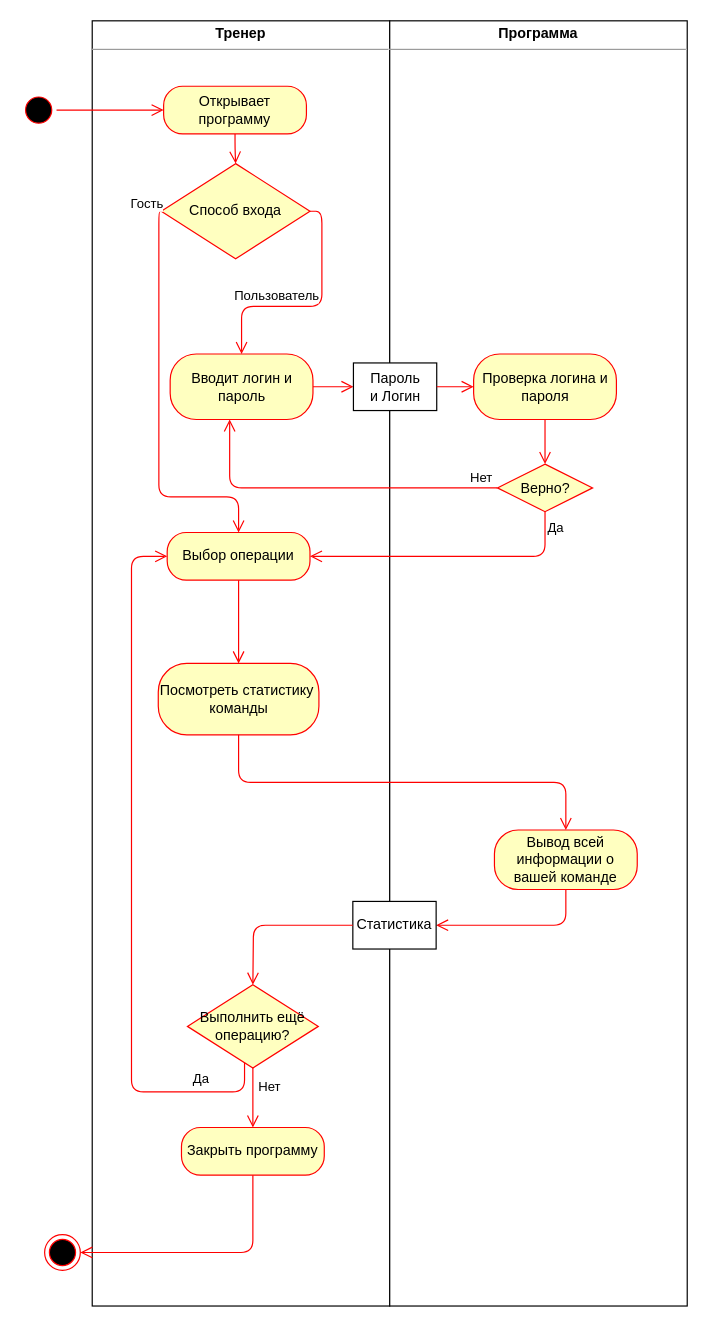
hardlywave/PPVIS keeps this draw.io diagram as page "Статистика(Тренер)" (3 of 10) of business_process_diagram.drawio. Above is the earlier version. Source tidied: cells renumbered, new cells numbered last; positions are measured from the earlier drawing's top-left corner, leaving out a move shared by most shapes. Both pictures are drawn from the tidied source at 119%, with x=0, y=0 at pixel (20, 20).
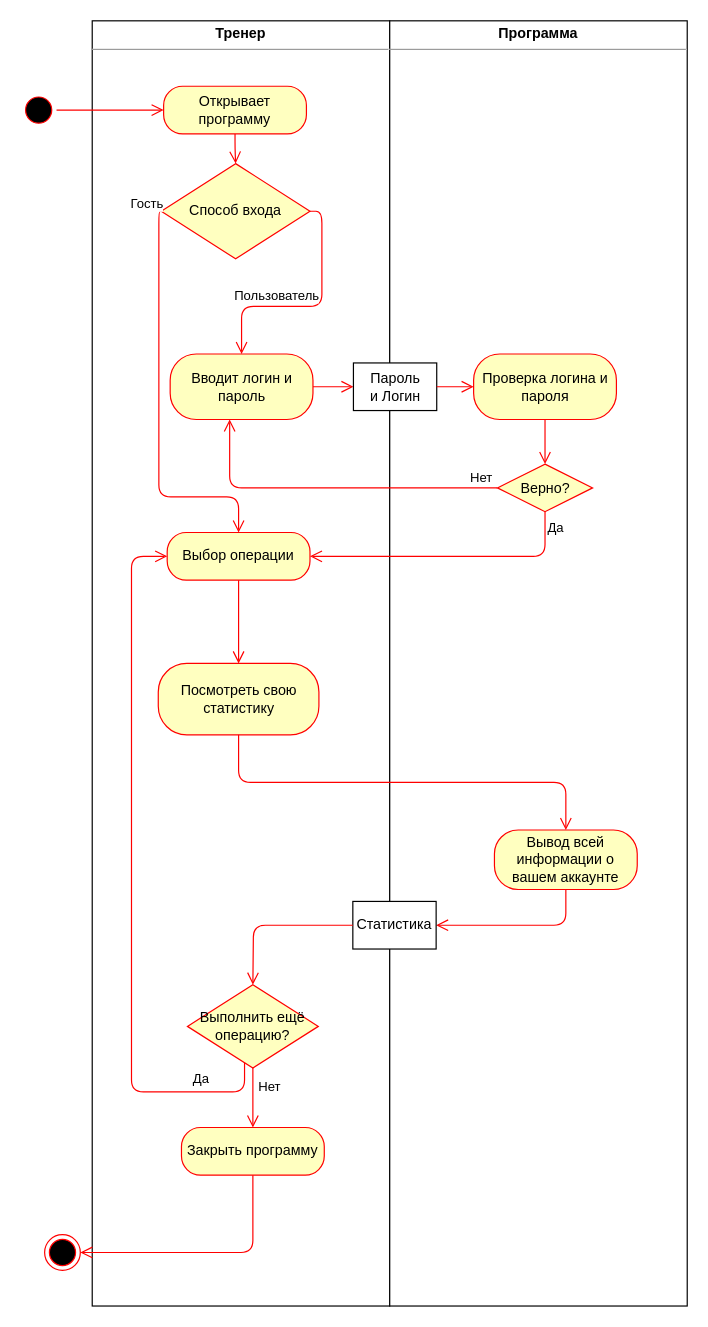
The same diagram, later.

Change to the diagram source:
```diff
@@
-    <mxCell id="13" value="Посмотреть статистику&amp;nbsp;&lt;br&gt;команды" style="rounded=1;whiteSpace=wrap;html=1;arcSize=40;fontColor=#000000;fillColor=#ffffc0;strokeColor=#ff0000;" parent="1" vertex="1">
+    <mxCell id="13" value="Посмотреть свою статистику" style="rounded=1;whiteSpace=wrap;html=1;arcSize=40;fontColor=#000000;fillColor=#ffffc0;strokeColor=#ff0000;" parent="1" vertex="1">
       <mxGeometry x="115.5" y="540" width="135" height="60" as="geometry" />
     </mxCell>
-    <mxCell id="14" value="Вывод всей информации о вашей команде" style="rounded=1;whiteSpace=wrap;html=1;arcSize=40;fontColor=#000000;fillColor=#ffffc0;strokeColor=#ff0000;" parent="1" vertex="1">
+    <mxCell id="14" value="Вывод всей информации о вашем аккаунте" style="rounded=1;whiteSpace=wrap;html=1;arcSize=40;fontColor=#000000;fillColor=#ffffc0;strokeColor=#ff0000;" parent="1" vertex="1">
       <mxGeometry x="398" y="680" width="120" height="50" as="geometry" />
     </mxCell>
```
